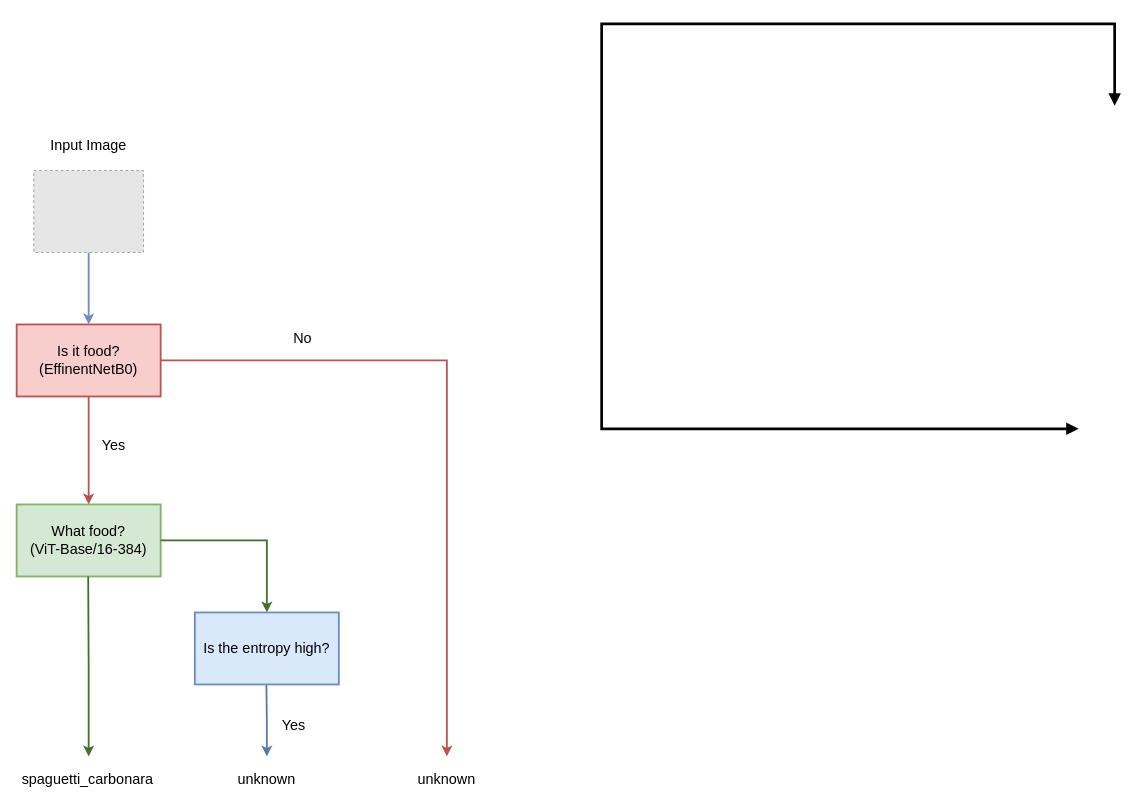
Earlier version of the draw.io diagram images/model_pipeline.drawio (sergio-sanz-rodriguez/Vision-Transformers-Image-Classification). Source tidied: cells renumbered, new cells numbered last; positions are measured from the earlier drawing's top-left corner, leaving out a move shared by most shapes. Both pictures are drawn from the tidied source at 90%, with x=0, y=0 at pixel (16, 23). Pictures stored in the file or linked from it are replaced by grey dashed boxes.
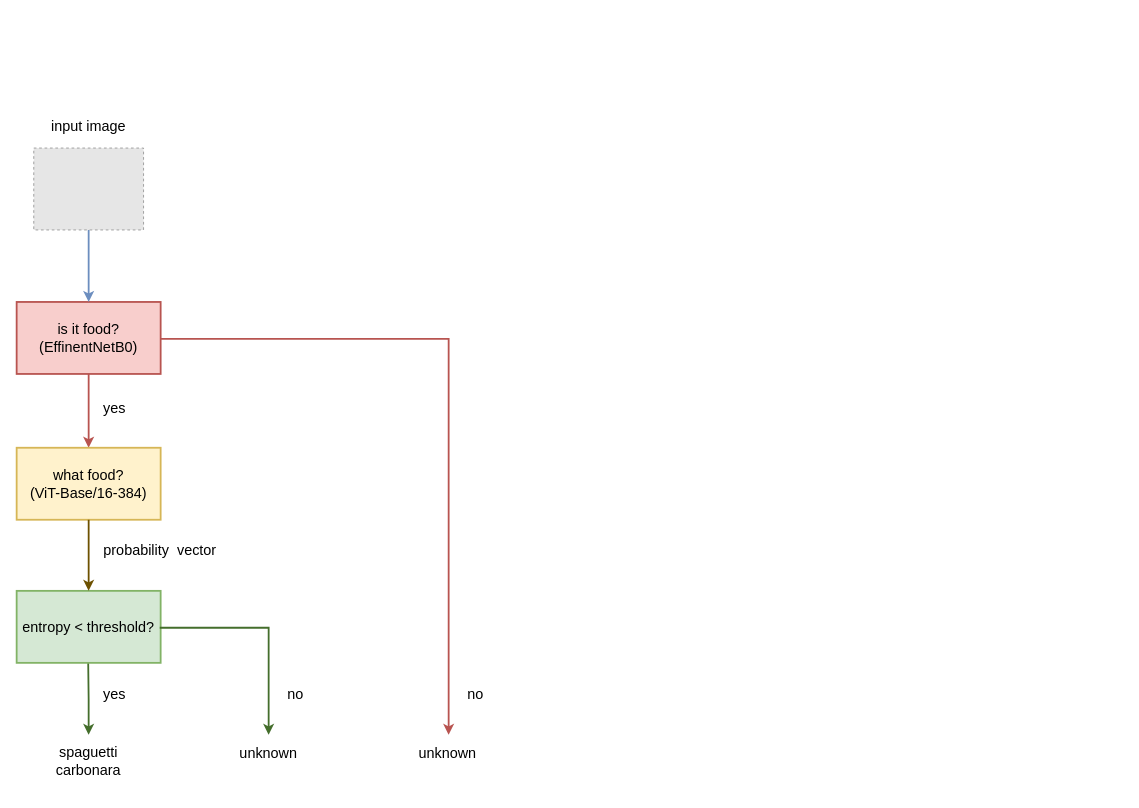
The same diagram, later.

Commit message (it also covers changes not shown here):
updated block diagram, and added a new scheduler to keep LR constant after a certain number of epochs

What changed in the source:
```diff
@@
-    <mxCell id="2" style="edgeStyle=orthogonalEdgeStyle;html=1;endArrow=block;elbow=vertical;startArrow=block;startFill=1;endFill=1;strokeColor=#000000;rounded=0;entryX=0.5;entryY=0;entryDx=0;entryDy=0;strokeWidth=3;" parent="1" edge="1">
-      <mxGeometry relative="1" as="geometry">
-        <mxPoint x="1180" y="450" as="sourcePoint" />
-        <mxPoint x="1220" y="91" as="targetPoint" />
-        <Array as="points">
-          <mxPoint x="650" />
-          <mxPoint x="1220" />
-        </Array>
-      </mxGeometry>
-    </mxCell>
@@
-    <mxCell id="4" style="edgeStyle=orthogonalEdgeStyle;rounded=0;orthogonalLoop=1;jettySize=auto;html=1;exitX=0.5;exitY=1;exitDx=0;exitDy=0;fillColor=#f5f5f5;strokeColor=light-dark(#5C79A3,#5C79A3);strokeWidth=2;" parent="1" edge="1">
+    <mxCell id="4" style="edgeStyle=orthogonalEdgeStyle;rounded=0;orthogonalLoop=1;jettySize=auto;html=1;exitX=0.5;exitY=1;exitDx=0;exitDy=0;fillColor=#f5f5f5;strokeColor=light-dark(#446E2C,#446E2C);strokeWidth=2;" parent="1" edge="1">
       <mxGeometry relative="1" as="geometry">
-        <mxPoint x="277.5" y="734" as="sourcePoint" />
-        <mxPoint x="278" y="814" as="targetPoint" />
+        <mxPoint x="79.5" y="710" as="sourcePoint" />
+        <mxPoint x="80" y="790" as="targetPoint" />
       </mxGeometry>
     </mxCell>
-    <mxCell id="5" value="&lt;font style=&quot;font-size: 16px;&quot;&gt;Input Image&lt;/font&gt;" style="text;html=1;align=center;verticalAlign=middle;whiteSpace=wrap;rounded=0;" parent="1" vertex="1">
-      <mxGeometry x="30" y="120" width="100" height="30" as="geometry" />
+    <mxCell id="5" value="&lt;font style=&quot;font-size: 16px;&quot;&gt;input image&lt;/font&gt;" style="text;html=1;align=center;verticalAlign=middle;whiteSpace=wrap;rounded=0;" parent="1" vertex="1">
+      <mxGeometry x="30" y="98" width="100" height="30" as="geometry" />
     </mxCell>
     <mxCell id="6" style="endArrow=classic;html=1;rounded=0;fillColor=#f8cecc;strokeColor=#b85450;strokeWidth=2;exitX=1;exitY=0.5;exitDx=0;exitDy=0;edgeStyle=orthogonalEdgeStyle;" parent="1" edge="1" source="8">
       <mxGeometry relative="1" as="geometry">
-        <mxPoint x="478" y="814" as="targetPoint" />
+        <mxPoint x="480" y="790" as="targetPoint" />
         <Array as="points">
-          <mxPoint x="478" y="374" />
-          <mxPoint x="478" y="814" />
+          <mxPoint x="160" y="350" />
+          <mxPoint x="480" y="350" />
         </Array>
       </mxGeometry>
     </mxCell>
-    <mxCell id="7" value="&lt;font style=&quot;font-size: 16px;&quot;&gt;spaguetti_carbonara&lt;/font&gt;" style="text;html=1;align=center;verticalAlign=middle;whiteSpace=wrap;rounded=0;" parent="1" vertex="1">
-      <mxGeometry x="19" y="824" width="120" height="30" as="geometry" />
+    <mxCell id="7" value="&lt;font style=&quot;font-size: 16px;&quot;&gt;spaguetti carbonara&lt;/font&gt;" style="text;html=1;align=center;verticalAlign=middle;whiteSpace=wrap;rounded=0;" parent="1" vertex="1">
+      <mxGeometry x="20" y="804" width="120" height="30" as="geometry" />
     </mxCell>
-    <mxCell id="8" value="&lt;div&gt;&lt;span style=&quot;font-size: 16px;&quot;&gt;Is it food?&lt;/span&gt;&lt;/div&gt;&lt;div&gt;&lt;span style=&quot;font-size: 16px;&quot;&gt;(EffinentNetB0)&lt;/span&gt;&lt;/div&gt;" style="rounded=0;whiteSpace=wrap;html=1;fillColor=#f8cecc;strokeColor=#b85450;strokeWidth=2;" parent="1" vertex="1">
-      <mxGeometry y="334" width="160" height="80" as="geometry" />
+    <mxCell id="8" value="&lt;div&gt;&lt;span style=&quot;font-size: 16px;&quot;&gt;is it food?&lt;/span&gt;&lt;/div&gt;&lt;div&gt;&lt;span style=&quot;font-size: 16px;&quot;&gt;(EffinentNetB0)&lt;/span&gt;&lt;/div&gt;" style="rounded=0;whiteSpace=wrap;html=1;fillColor=#f8cecc;strokeColor=#b85450;strokeWidth=2;gradientColor=none;" parent="1" vertex="1">
+      <mxGeometry y="309" width="160" height="80" as="geometry" />
     </mxCell>
@@
-    <mxCell id="10" value="&lt;div&gt;&lt;span style=&quot;font-size: 16px;&quot;&gt;What food?&lt;/span&gt;&lt;/div&gt;&lt;div&gt;&lt;span style=&quot;font-size: 16px;&quot;&gt;(ViT-Base/16-384)&lt;/span&gt;&lt;/div&gt;" style="rounded=0;whiteSpace=wrap;html=1;fillColor=#D5E8D4;strokeColor=#82B366;strokeWidth=2;gradientColor=none;" parent="1" vertex="1">
-      <mxGeometry y="534" width="160" height="80" as="geometry" />
+    <mxCell id="10" value="&lt;div&gt;&lt;span style=&quot;font-size: 16px;&quot;&gt;what food?&lt;/span&gt;&lt;/div&gt;&lt;div&gt;&lt;span style=&quot;font-size: 16px;&quot;&gt;(ViT-Base/16-384)&lt;/span&gt;&lt;/div&gt;" style="rounded=0;whiteSpace=wrap;html=1;fillColor=#fff2cc;strokeColor=#d6b656;strokeWidth=2;gradientColor=none;" parent="1" vertex="1">
+      <mxGeometry y="471" width="160" height="80" as="geometry" />
     </mxCell>
-    <mxCell id="11" style="endArrow=classic;html=1;rounded=0;fillColor=#f8cecc;strokeColor=light-dark(#446E2C,#446E2C);strokeWidth=2;exitX=1;exitY=0.5;exitDx=0;exitDy=0;edgeStyle=orthogonalEdgeStyle;" parent="1" edge="1">
-      <mxGeometry relative="1" as="geometry">
-        <mxPoint x="160" y="574" as="sourcePoint" />
-        <mxPoint x="278" y="654" as="targetPoint" />
-        <Array as="points">
-          <mxPoint x="278" y="574" />
-          <mxPoint x="278" y="654" />
-        </Array>
-      </mxGeometry>
-    </mxCell>
-    <mxCell id="12" value="&lt;div&gt;&lt;span style=&quot;font-size: 16px;&quot;&gt;Is the entropy high?&lt;/span&gt;&lt;/div&gt;" style="rounded=0;whiteSpace=wrap;html=1;fillColor=#dae8fc;strokeColor=#6C8EBF;strokeWidth=2;gradientColor=none;" parent="1" vertex="1">
-      <mxGeometry x="198" y="654" width="160" height="80" as="geometry" />
+    <mxCell id="12" value="&lt;div&gt;&lt;span style=&quot;font-size: 16px;&quot;&gt;entropy &amp;lt; threshold?&lt;/span&gt;&lt;/div&gt;" style="rounded=0;whiteSpace=wrap;html=1;fillColor=#d5e8d4;strokeColor=#82B366;strokeWidth=2;gradientColor=none;" parent="1" vertex="1">
+      <mxGeometry y="630" width="160" height="80" as="geometry" />
     </mxCell>
-    <mxCell id="13" style="edgeStyle=orthogonalEdgeStyle;rounded=0;orthogonalLoop=1;jettySize=auto;html=1;exitX=0.5;exitY=1;exitDx=0;exitDy=0;fillColor=#f5f5f5;strokeColor=light-dark(#446E2C,#446E2C);strokeWidth=2;" parent="1" edge="1">
+    <mxCell id="13" style="edgeStyle=orthogonalEdgeStyle;rounded=0;jettySize=auto;html=1;exitX=0.5;exitY=1;exitDx=0;exitDy=0;fillColor=#e3c800;strokeColor=light-dark(#6D5100,#6D5100);strokeWidth=2;" parent="1" edge="1" source="10">
       <mxGeometry relative="1" as="geometry">
-        <mxPoint x="79.5" y="614" as="sourcePoint" />
-        <mxPoint x="80" y="814" as="targetPoint" />
+        <mxPoint x="80" y="630" as="targetPoint" />
       </mxGeometry>
     </mxCell>
     <mxCell id="14" style="fillColor=#E6E6E6;strokeColor=#999999;dashed=1;verticalLabelPosition=bottom;labelBackgroundColor=default;verticalAlign=top;" parent="1" vertex="1">
-      <mxGeometry x="19" y="163" width="122" height="91" as="geometry" />
+      <mxGeometry x="19" y="138" width="122" height="91" as="geometry" />
     </mxCell>
     <mxCell id="15" value="&lt;font style=&quot;font-size: 16px;&quot;&gt;unknown&lt;/font&gt;" style="text;html=1;align=center;verticalAlign=middle;whiteSpace=wrap;rounded=0;" parent="1" vertex="1">
-      <mxGeometry x="218" y="824" width="120" height="30" as="geometry" />
+      <mxGeometry x="220" y="795" width="120" height="30" as="geometry" />
     </mxCell>
     <mxCell id="16" value="&lt;font style=&quot;font-size: 16px;&quot;&gt;unknown&lt;/font&gt;" style="text;html=1;align=center;verticalAlign=middle;whiteSpace=wrap;rounded=0;" parent="1" vertex="1">
-      <mxGeometry x="418" y="824" width="120" height="30" as="geometry" />
+      <mxGeometry x="419" y="791" width="120" height="38" as="geometry" />
     </mxCell>
-    <mxCell id="17" value="&lt;font style=&quot;font-size: 16px;&quot;&gt;Yes&lt;/font&gt;" style="text;html=1;align=center;verticalAlign=middle;whiteSpace=wrap;rounded=0;" parent="1" vertex="1">
-      <mxGeometry x="48" y="453" width="120" height="30" as="geometry" />
+    <mxCell id="17" value="&lt;font style=&quot;font-size: 16px;&quot;&gt;yes&lt;/font&gt;" style="text;html=1;align=center;verticalAlign=middle;whiteSpace=wrap;rounded=0;" parent="1" vertex="1">
+      <mxGeometry x="49" y="412" width="120" height="30" as="geometry" />
     </mxCell>
-    <mxCell id="18" value="&lt;font style=&quot;font-size: 16px;&quot;&gt;No&lt;/font&gt;" style="text;html=1;align=center;verticalAlign=middle;whiteSpace=wrap;rounded=0;" parent="1" vertex="1">
-      <mxGeometry x="258" y="334" width="120" height="30" as="geometry" />
+    <mxCell id="18" value="&lt;font style=&quot;font-size: 16px;&quot;&gt;no&lt;/font&gt;" style="text;html=1;align=center;verticalAlign=middle;whiteSpace=wrap;rounded=0;" parent="1" vertex="1">
+      <mxGeometry x="450" y="730" width="120" height="30" as="geometry" />
     </mxCell>
-    <mxCell id="19" value="&lt;font style=&quot;font-size: 16px;&quot;&gt;Yes&lt;/font&gt;" style="text;html=1;align=center;verticalAlign=middle;whiteSpace=wrap;rounded=0;" parent="1" vertex="1">
-      <mxGeometry x="248" y="764" width="120" height="30" as="geometry" />
+    <mxCell id="19" value="&lt;font style=&quot;font-size: 16px;&quot;&gt;yes&lt;/font&gt;" style="text;html=1;align=center;verticalAlign=middle;whiteSpace=wrap;rounded=0;" parent="1" vertex="1">
+      <mxGeometry x="49" y="730" width="120" height="30" as="geometry" />
     </mxCell>
+    <mxCell id="20" style="endArrow=classic;html=1;rounded=0;fillColor=#f8cecc;strokeColor=light-dark(#446E2C,#446E2C);strokeWidth=2;exitX=1;exitY=0.5;exitDx=0;exitDy=0;edgeStyle=orthogonalEdgeStyle;" parent="1" edge="1">
+      <mxGeometry relative="1" as="geometry">
+        <mxPoint x="160" y="670" as="sourcePoint" />
+        <mxPoint x="280" y="790" as="targetPoint" />
+        <Array as="points">
+          <mxPoint x="160" y="671" />
+          <mxPoint x="280" y="671" />
+        </Array>
+      </mxGeometry>
+    </mxCell>
+    <mxCell id="21" value="&lt;font style=&quot;font-size: 16px;&quot;&gt;no&lt;/font&gt;" style="text;html=1;align=center;verticalAlign=middle;whiteSpace=wrap;rounded=0;" parent="1" vertex="1">
+      <mxGeometry x="250" y="730" width="120" height="30" as="geometry" />
+    </mxCell>
+    <mxCell id="22" value="&lt;span style=&quot;font-size: 16px;&quot;&gt;probability&amp;nbsp; vector&lt;/span&gt;" style="text;html=1;align=center;verticalAlign=middle;whiteSpace=wrap;rounded=0;" parent="1" vertex="1">
+      <mxGeometry x="49" y="570" width="221" height="30" as="geometry" />
+    </mxCell>
```
